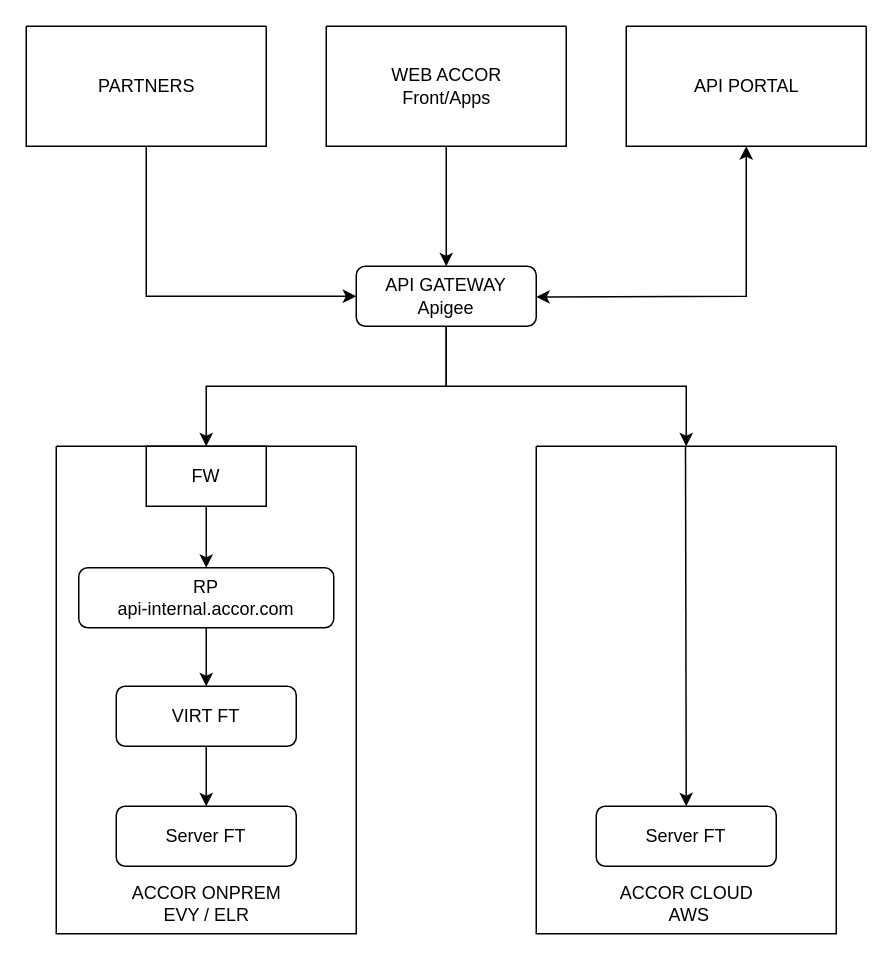
Earlier version of the draw.io diagram page "Page-1" (1 of 3) of ACCOR API PLATEFORM SCHEMA.drawio (41M3/draw.io). Source tidied: cells renumbered, new cells numbered last; positions are measured from the earlier drawing's top-left corner, leaving out a move shared by most shapes. Both pictures are drawn from the tidied source at 150%, with x=0, y=0 at pixel (26, 26).
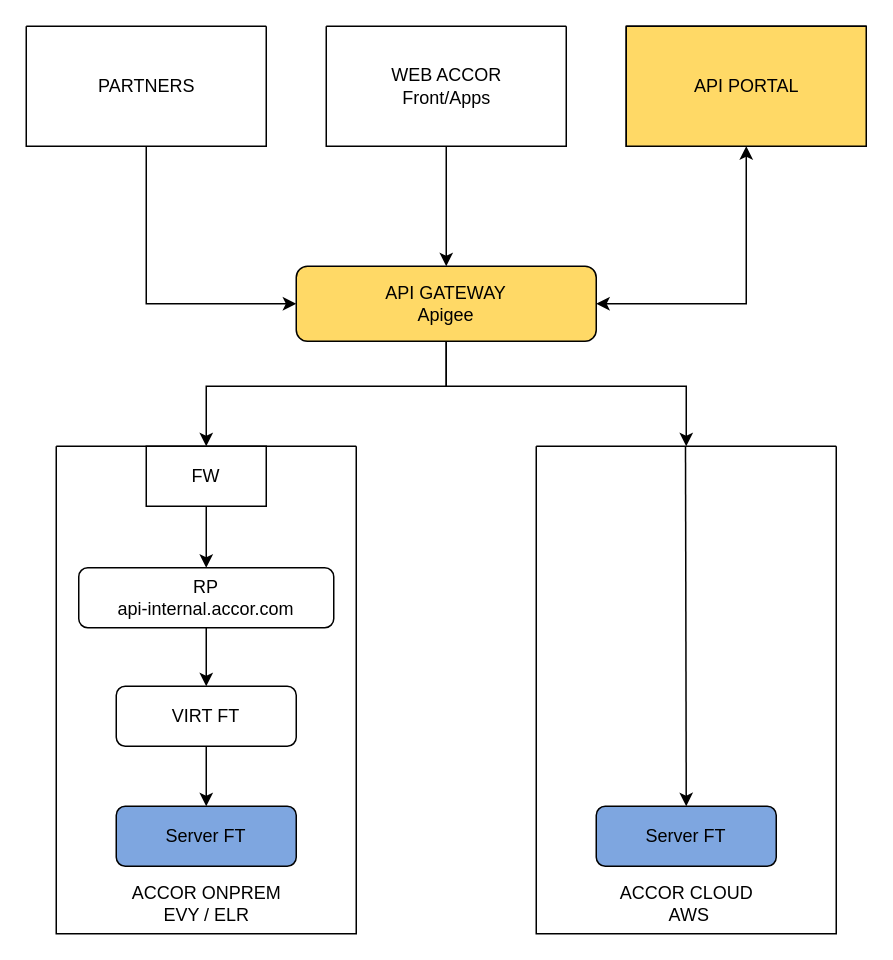
Above is the later version.

Commit message:
Mettre à jour ACCOR API PLATEFORM SCHEMA.drawio

The change refers to these unchanged cells:
```xml
<mxCell id="5" style="swimlane;startSize=0;" parent="1" vertex="1">
  <mxGeometry x="20" y="280" width="200" height="325" as="geometry" />
</mxCell>
<mxCell id="14" style="swimlane;startSize=0;" parent="1" vertex="1">
  <mxGeometry x="340" y="280" width="200" height="325" as="geometry" />
</mxCell>
```

The edit, as a diff of the source:
```diff
@@
     <mxCell id="3" style="edgeStyle=orthogonalEdgeStyle;rounded=0;jettySize=auto;html=1;" parent="1" edge="1" source="4" target="14">
-      <mxGeometry relative="1" as="geometry" />
+      <mxGeometry relative="1" as="geometry">
+        <Array as="points">
+          <mxPoint x="280" y="240" />
+          <mxPoint x="440" y="240" />
+        </Array>
+      </mxGeometry>
     </mxCell>
-    <mxCell id="4" value="API GATEWAY&lt;br&gt;Apigee" style="rounded=1;whiteSpace=wrap;html=1;" parent="1" vertex="1">
-      <mxGeometry x="220" y="160" width="120" height="40" as="geometry" />
+    <mxCell id="4" value="API GATEWAY&lt;br&gt;Apigee" style="rounded=1;whiteSpace=wrap;html=1;fillColor=#FFD966;" parent="1" vertex="1">
+      <mxGeometry x="180" y="160" width="200" height="50" as="geometry" />
     </mxCell>
@@
-    <mxCell id="8" value="Server FT" style="rounded=1;whiteSpace=wrap;html=1;" parent="5" vertex="1">
+    <mxCell id="8" value="Server FT" style="rounded=1;whiteSpace=wrap;html=1;fillColor=#7EA6E0;" parent="5" vertex="1">
       <mxGeometry x="40" y="240" width="120" height="40" as="geometry" />
     </mxCell>
@@
-    <mxCell id="16" value="Server FT" style="rounded=1;whiteSpace=wrap;html=1;" parent="14" vertex="1">
+    <mxCell id="16" value="Server FT" style="rounded=1;whiteSpace=wrap;html=1;fillColor=#7EA6E0;" parent="14" vertex="1">
       <mxGeometry x="40" y="240" width="120" height="40" as="geometry" />
     </mxCell>
@@
-    <mxCell id="18" style="swimlane;startSize=0;" parent="1" vertex="1">
+    <mxCell id="18" style="swimlane;startSize=0;fillColor=#FFD966;" parent="1" vertex="1">
       <mxGeometry x="400" width="160" height="80" as="geometry" />
     </mxCell>
+    <mxCell id="27" style="rounded=0;whiteSpace=wrap;html=1;fillColor=#FFD966;" parent="18" vertex="1">
+      <mxGeometry width="160" height="80" as="geometry" />
+    </mxCell>
@@
-    <mxCell id="20" style="endArrow=classic;startArrow=classic;html=1;rounded=0;" parent="1" edge="1" target="18">
+    <mxCell id="20" style="endArrow=classic;startArrow=classic;html=1;rounded=0;exitX=1;exitY=0.5;exitDx=0;exitDy=0;" parent="1" edge="1" source="4" target="18">
       <mxGeometry relative="1" as="geometry">
-        <mxPoint x="340" y="180.5" as="sourcePoint" />
         <Array as="points">
-          <mxPoint x="480" y="180" />
+          <mxPoint x="480" y="185" />
         </Array>
       </mxGeometry>
     </mxCell>
```
